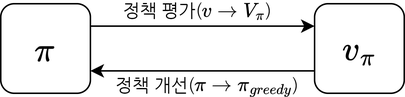
Above: assets/img/2023-12-25-reinforcement-learning-4/policy_iteration.png in seyeon040768/seyeon040768.github.io (draw.io), before the change. Source tidied: cells renumbered, new cells last; positions are measured from the earlier drawing's top-left corner, leaving out a move shared by most shapes. Source of this version:
```xml
<mxGraphModel math="1">
  <root>
    <mxCell id="0" />
    <mxCell id="1" parent="0" />
    <mxCell id="2" style="edgeStyle=orthogonalEdgeStyle;rounded=0;jettySize=auto;html=1;exitX=1;exitY=0.25;exitDx=0;exitDy=0;entryX=0;entryY=0.25;entryDx=0;entryDy=0;fontFamily=Nanum Gothic;fontSource=https%3A%2F%2Ffonts.googleapis.com%2Fcss%3Ffamily%3DNanum%2BGothic;" parent="1" edge="1" source="3" target="5">
      <mxGeometry relative="1" as="geometry" />
    </mxCell>
    <mxCell id="3" value="&lt;font face=&quot;nanum-gothic&quot;&gt;&lt;span style=&quot;font-size: 20px;&quot;&gt;&lt;b&gt;`\pi`&lt;/b&gt;&lt;/span&gt;&lt;/font&gt;" style="rounded=1;whiteSpace=wrap;html=1;" parent="1" vertex="1">
      <mxGeometry width="60" height="60" as="geometry" />
    </mxCell>
    <mxCell id="4" style="edgeStyle=orthogonalEdgeStyle;rounded=0;jettySize=auto;html=1;exitX=0;exitY=0.75;exitDx=0;exitDy=0;entryX=1;entryY=0.75;entryDx=0;entryDy=0;curved=1;" parent="1" edge="1" source="5" target="3">
      <mxGeometry relative="1" as="geometry" />
    </mxCell>
    <mxCell id="5" value="&lt;font face=&quot;nanum-gothic&quot;&gt;&lt;span style=&quot;font-size: 20px;&quot;&gt;&lt;b&gt;`v_\pi`&lt;br&gt;&lt;/b&gt;&lt;/span&gt;&lt;/font&gt;" style="rounded=1;whiteSpace=wrap;html=1;" parent="1" vertex="1">
      <mxGeometry x="210" width="60" height="60" as="geometry" />
    </mxCell>
    <mxCell id="6" value="&lt;font face=&quot;Nanum Gothic&quot;&gt;정책 평가(`v \to V_\pi`)&lt;/font&gt;" style="text;html=1;strokeColor=none;fillColor=none;align=center;verticalAlign=middle;whiteSpace=wrap;rounded=0;" parent="1" vertex="1">
      <mxGeometry x="72" width="120" height="10" as="geometry" />
    </mxCell>
    <mxCell id="7" value="&lt;font face=&quot;Nanum Gothic&quot;&gt;정책 개선(`\pi \to \pi_{greedy}`)&lt;/font&gt;" style="text;html=1;strokeColor=none;fillColor=none;align=center;verticalAlign=middle;whiteSpace=wrap;rounded=0;" parent="1" vertex="1">
      <mxGeometry x="75.5" y="50" width="125" height="10" as="geometry" />
    </mxCell>
  </root>
</mxGraphModel>
```
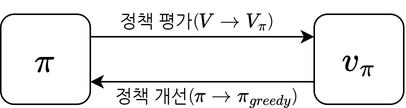
After the change.

Commit message:
edit: reinforcement learning 4 policy_iteration image

Diff of the diagram source:
```diff
@@ -14,7 +14,7 @@
     <mxCell id="5" value="&lt;font face=&quot;nanum-gothic&quot;&gt;&lt;span style=&quot;font-size: 20px;&quot;&gt;&lt;b&gt;`v_\pi`&lt;br&gt;&lt;/b&gt;&lt;/span&gt;&lt;/font&gt;" style="rounded=1;whiteSpace=wrap;html=1;" parent="1" vertex="1">
       <mxGeometry x="210" width="60" height="60" as="geometry" />
     </mxCell>
-    <mxCell id="6" value="&lt;font face=&quot;Nanum Gothic&quot;&gt;정책 평가(`v \to V_\pi`)&lt;/font&gt;" style="text;html=1;strokeColor=none;fillColor=none;align=center;verticalAlign=middle;whiteSpace=wrap;rounded=0;" parent="1" vertex="1">
+    <mxCell id="6" value="&lt;font face=&quot;Nanum Gothic&quot;&gt;정책 평가(`V \to V_\pi`)&lt;/font&gt;" style="text;html=1;strokeColor=none;fillColor=none;align=center;verticalAlign=middle;whiteSpace=wrap;rounded=0;" parent="1" vertex="1">
       <mxGeometry x="72" width="120" height="10" as="geometry" />
     </mxCell>
     <mxCell id="7" value="&lt;font face=&quot;Nanum Gothic&quot;&gt;정책 개선(`\pi \to \pi_{greedy}`)&lt;/font&gt;" style="text;html=1;strokeColor=none;fillColor=none;align=center;verticalAlign=middle;whiteSpace=wrap;rounded=0;" parent="1" vertex="1">
```
